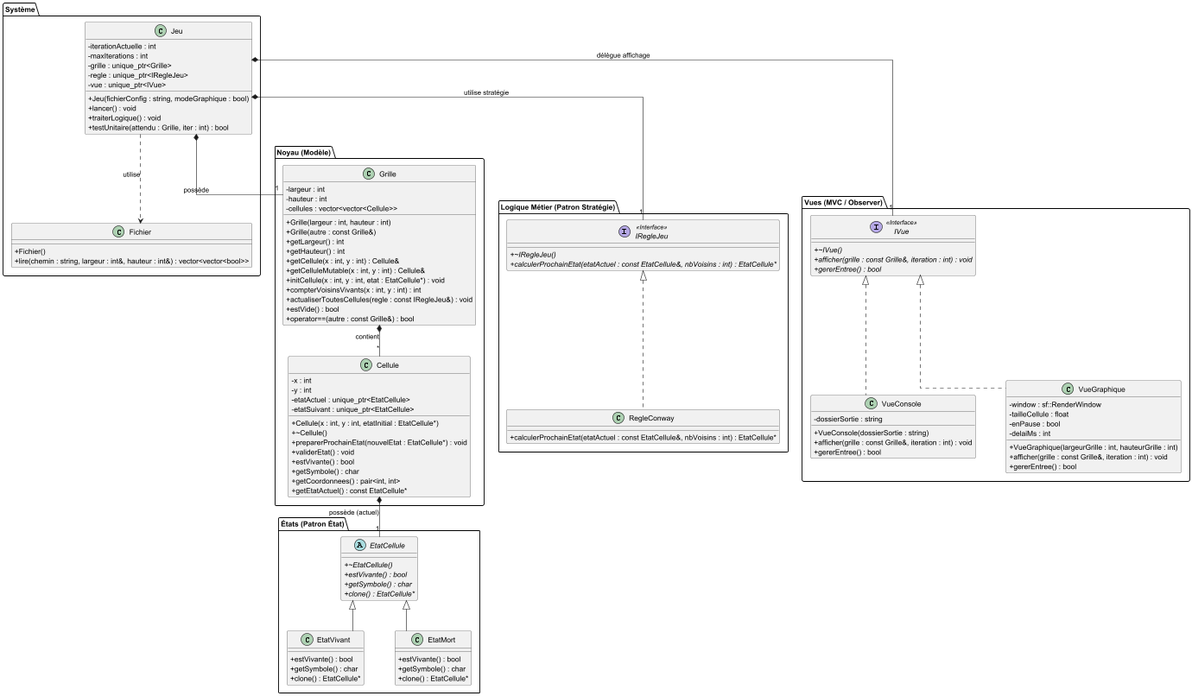
Above: diagrammeClasse.png in PaulG111/projet-POO (PlantUML), before the change. The source it was exported from:
```plantuml
@startuml

skinparam classAttributeIconSize 0
skinparam linetype ortho
skinparam nodesep 60
skinparam ranksep 60

package "Système" {
    class Jeu {
        - iterationActuelle : int
        - maxIterations : int
        - grille : unique_ptr<Grille>
        - regle : unique_ptr<IRegleJeu>
        - vue : unique_ptr<IVue>
        + Jeu(fichierConfig : string, modeGraphique : bool)
        + lancer() : void
        + traiterLogique() : void
        + testUnitaire(attendu : Grille, iter : int) : bool
    }

    class Fichier {
        + Fichier()
        + lire(chemin : string, largeur : int&, hauteur : int&) : vector<vector<bool>>
    }
}

package "Noyau (Modèle)" {
    class Grille {
        - largeur : int
        - hauteur : int
        - cellules : vector<vector<Cellule>>
        + Grille(largeur : int, hauteur : int)
        + Grille(autre : const Grille&)
        + getLargeur() : int
        + getHauteur() : int
        + getCellule(x : int, y : int) : Cellule&
        + getCelluleMutable(x : int, y : int) : Cellule&
        + initCellule(x : int, y : int, etat : EtatCellule*) : void
        + compterVoisinsVivants(x : int, y : int) : int
        + actualiserToutesCellules(regle : const IRegleJeu&) : void
        + estVide() : bool
        + operator==(autre : const Grille&) : bool
    }

    class Cellule {
        - x : int
        - y : int
        - etatActuel : unique_ptr<EtatCellule>
        - etatSuivant : unique_ptr<EtatCellule>
        + Cellule(x : int, y : int, etatInitial : EtatCellule*)
        + ~Cellule()
        + preparerProchainEtat(nouvelEtat : EtatCellule*) : void
        + validerEtat() : void
        + estVivante() : bool
        + getSymbole() : char
        + getCoordonnees() : pair<int, int>
        + getEtatActuel() : const EtatCellule*
    }
}

package "Logique Métier (Patron Stratégie)" {
    interface IRegleJeu <<Interface>> {
        + {abstract} ~IRegleJeu()
        + {abstract} calculerProchainEtat(etatActuel : const EtatCellule&, nbVoisins : int) : EtatCellule*
    }

    class RegleConway {
        + calculerProchainEtat(etatActuel : const EtatCellule&, nbVoisins : int) : EtatCellule*
    }
}

package "Vues (MVC / Observer)" {
    interface IVue <<Interface>> {
        + {abstract} ~IVue()
        + {abstract} afficher(grille : const Grille&, iteration : int) : void
        + {abstract} gererEntree() : bool
    }

    class VueConsole {
        - dossierSortie : string
        + VueConsole(dossierSortie : string)
        + afficher(grille : const Grille&, iteration : int) : void
        + gererEntree() : bool
    }

    class VueGraphique {
        - window : sf::RenderWindow
        - tailleCellule : float
        - enPause : bool
        - delaiMs : int
        + VueGraphique(largeurGrille : int, hauteurGrille : int)
        + afficher(grille : const Grille&, iteration : int) : void
        + gererEntree() : bool
    }
}

package "États (Patron État)" {
    abstract class EtatCellule {
        + {abstract} ~EtatCellule()
        + {abstract} estVivante() : bool
        + {abstract} getSymbole() : char
        + {abstract} clone() : EtatCellule*
    }

    class EtatVivant {
        + estVivante() : bool
        + getSymbole() : char
        + clone() : EtatCellule*
    }

    class EtatMort {
        + estVivante() : bool
        + getSymbole() : char
        + clone() : EtatCellule*
    }
}

Jeu *-- "1" Grille : possède
Jeu *-- "1" IRegleJeu : utilise stratégie
Jeu *-- "1" IVue : délègue affichage
Jeu ..> Fichier : utilise

Grille *-- "*" Cellule : contient

Cellule *-- "1" EtatCellule : possède (actuel)

IRegleJeu <|.. RegleConway
IVue <|.. VueConsole
IVue <|.. VueGraphique

EtatCellule <|-- EtatVivant
EtatCellule <|-- EtatMort

@enduml
```
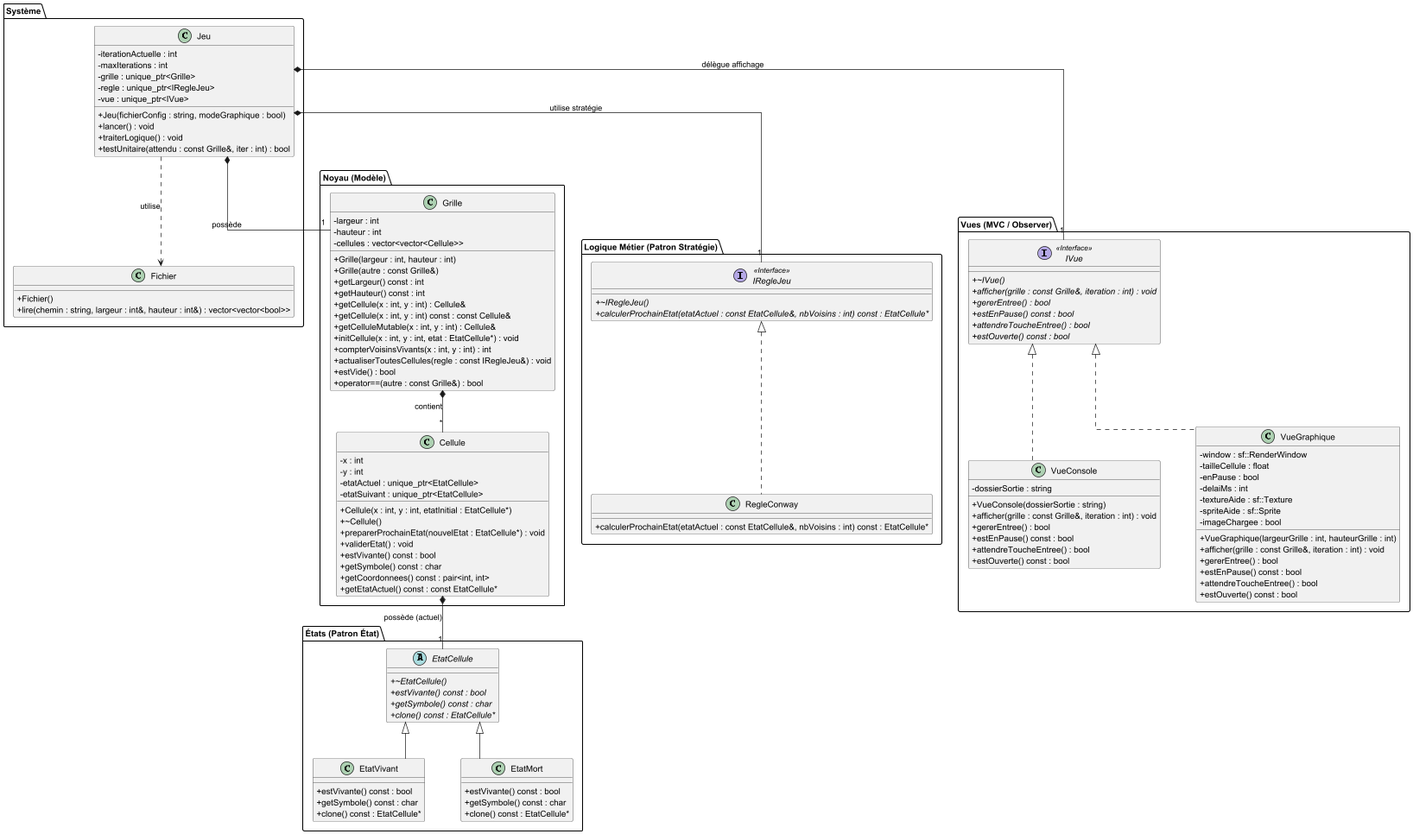
The same diagram one commit later.

Change to the diagram source:
```diff
@@ -15,7 +15,7 @@
         + Jeu(fichierConfig : string, modeGraphique : bool)
         + lancer() : void
         + traiterLogique() : void
-        + testUnitaire(attendu : Grille, iter : int) : bool
+        + testUnitaire(attendu : const Grille&, iter : int) : bool
     }
 
     class Fichier {
@@ -31,9 +31,10 @@
         - cellules : vector<vector<Cellule>>
         + Grille(largeur : int, hauteur : int)
         + Grille(autre : const Grille&)
-        + getLargeur() : int
-        + getHauteur() : int
+        + getLargeur() const : int
+        + getHauteur() const : int
         + getCellule(x : int, y : int) : Cellule&
+        + getCellule(x : int, y : int) const : const Cellule&
         + getCelluleMutable(x : int, y : int) : Cellule&
         + initCellule(x : int, y : int, etat : EtatCellule*) : void
         + compterVoisinsVivants(x : int, y : int) : int
@@ -51,21 +52,21 @@
         + ~Cellule()
         + preparerProchainEtat(nouvelEtat : EtatCellule*) : void
         + validerEtat() : void
-        + estVivante() : bool
-        + getSymbole() : char
-        + getCoordonnees() : pair<int, int>
-        + getEtatActuel() : const EtatCellule*
+        + estVivante() const : bool
+        + getSymbole() const : char
+        + getCoordonnees() const : pair<int, int>
+        + getEtatActuel() const : const EtatCellule*
     }
 }
 
 package "Logique Métier (Patron Stratégie)" {
     interface IRegleJeu <<Interface>> {
         + {abstract} ~IRegleJeu()
-        + {abstract} calculerProchainEtat(etatActuel : const EtatCellule&, nbVoisins : int) : EtatCellule*
+        + {abstract} calculerProchainEtat(etatActuel : const EtatCellule&, nbVoisins : int) const : EtatCellule*
     }
 
     class RegleConway {
-        + calculerProchainEtat(etatActuel : const EtatCellule&, nbVoisins : int) : EtatCellule*
+        + calculerProchainEtat(etatActuel : const EtatCellule&, nbVoisins : int) const : EtatCellule*
     }
 }
 
@@ -74,6 +75,9 @@
         + {abstract} ~IVue()
         + {abstract} afficher(grille : const Grille&, iteration : int) : void
         + {abstract} gererEntree() : bool
+        + {abstract} estEnPause() const : bool
+        + {abstract} attendreToucheEntree() : bool
+        + {abstract} estOuverte() const : bool
     }
 
     class VueConsole {
@@ -81,6 +85,9 @@
         + VueConsole(dossierSortie : string)
         + afficher(grille : const Grille&, iteration : int) : void
         + gererEntree() : bool
+        + estEnPause() const : bool
+        + attendreToucheEntree() : bool
+        + estOuverte() const : bool
     }
 
     class VueGraphique {
@@ -88,30 +95,36 @@
         - tailleCellule : float
         - enPause : bool
         - delaiMs : int
+        - textureAide : sf::Texture
+        - spriteAide : sf::Sprite
+        - imageChargee : bool
         + VueGraphique(largeurGrille : int, hauteurGrille : int)
         + afficher(grille : const Grille&, iteration : int) : void
         + gererEntree() : bool
+        + estEnPause() const : bool
+        + attendreToucheEntree() : bool
+        + estOuverte() const : bool
     }
 }
 
 package "États (Patron État)" {
     abstract class EtatCellule {
         + {abstract} ~EtatCellule()
-        + {abstract} estVivante() : bool
-        + {abstract} getSymbole() : char
-        + {abstract} clone() : EtatCellule*
+        + {abstract} estVivante() const : bool
+        + {abstract} getSymbole() const : char
+        + {abstract} clone() const : EtatCellule*
     }
 
     class EtatVivant {
-        + estVivante() : bool
-        + getSymbole() : char
-        + clone() : EtatCellule*
+        + estVivante() const : bool
+        + getSymbole() const : char
+        + clone() const : EtatCellule*
     }
 
     class EtatMort {
-        + estVivante() : bool
-        + getSymbole() : char
-        + clone() : EtatCellule*
+        + estVivante() const : bool
+        + getSymbole() const : char
+        + clone() const : EtatCellule*
     }
 }
 
```
